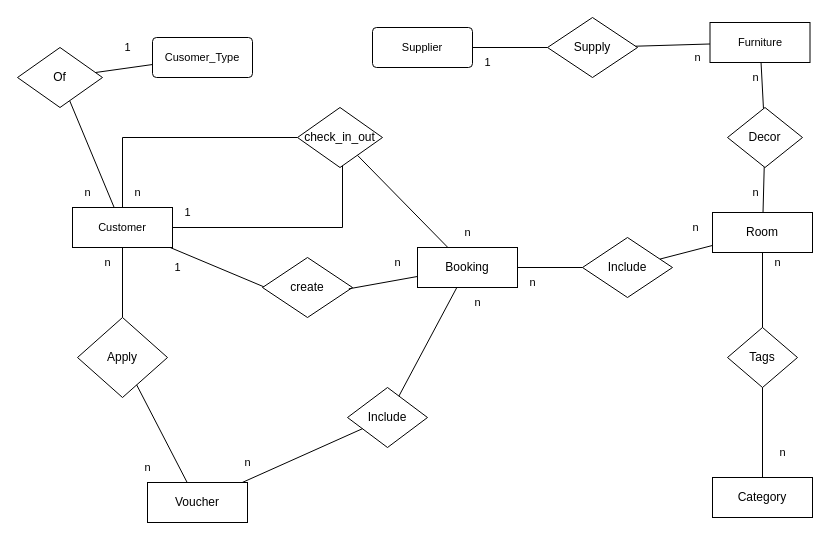
Above: page "main" (1 of 3) of hotelerd.drawio in ddtd146/hotel-management-system- (draw.io), before the change. Source tidied: cells renumbered, new cells numbered last; positions are measured from the earlier drawing's top-left corner, leaving out a move shared by most shapes. Both pictures are drawn from the tidied source at 100%, with x=0, y=0 at pixel (17, 17).
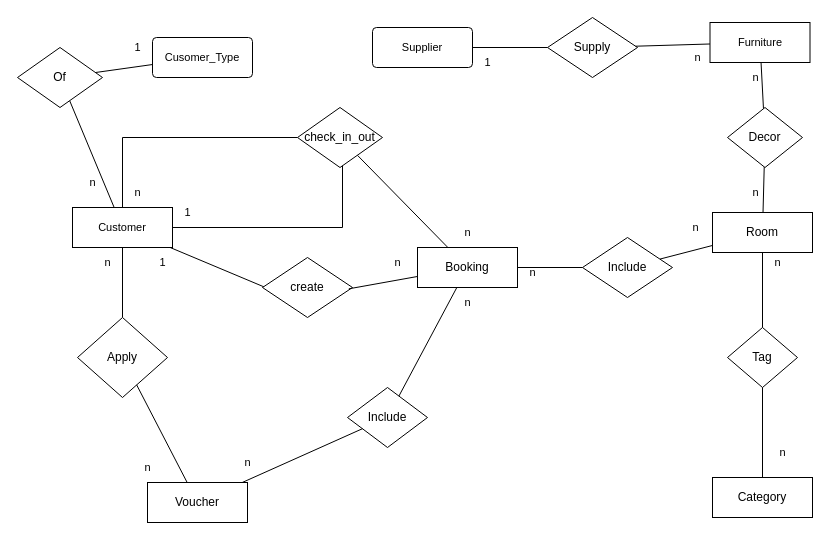
After the change.

The edit, as a diff of the source:
```diff
@@
-    <mxCell id="3" value="Tags" style="shape=rhombus;perimeter=rhombusPerimeter;whiteSpace=wrap;html=1;align=center;" parent="1" vertex="1">
+    <mxCell id="3" value="Tag" style="shape=rhombus;perimeter=rhombusPerimeter;whiteSpace=wrap;html=1;align=center;" parent="1" vertex="1">
       <mxGeometry x="710" y="310" width="70" height="60" as="geometry" />
     </mxCell>
@@
     <mxCell id="37" value="n" style="text;html=1;align=center;verticalAlign=middle;strokeColor=none;fillColor=none;fontSize=11;fontFamily=Helvetica;fontColor=default;" parent="1" vertex="1">
-      <mxGeometry x="500" y="250" width="30" height="30" as="geometry" />
+      <mxGeometry x="500" y="240" width="30" height="30" as="geometry" />
     </mxCell>
@@
     <mxCell id="49" value="1" style="text;html=1;align=center;verticalAlign=middle;strokeColor=none;fillColor=none;fontSize=11;fontFamily=Helvetica;fontColor=default;" parent="1" vertex="1">
-      <mxGeometry x="95" y="15" width="30" height="30" as="geometry" />
+      <mxGeometry x="105" y="15" width="30" height="30" as="geometry" />
     </mxCell>
     <mxCell id="50" value="n" style="text;html=1;align=center;verticalAlign=middle;strokeColor=none;fillColor=none;fontSize=11;fontFamily=Helvetica;fontColor=default;" parent="1" vertex="1">
-      <mxGeometry x="55" y="160" width="30" height="30" as="geometry" />
+      <mxGeometry x="60" y="150" width="30" height="30" as="geometry" />
     </mxCell>
@@
     <mxCell id="55" value="1" style="text;html=1;align=center;verticalAlign=middle;strokeColor=none;fillColor=none;fontSize=11;fontFamily=Helvetica;fontColor=default;" parent="1" vertex="1">
-      <mxGeometry x="145" y="235" width="30" height="30" as="geometry" />
+      <mxGeometry x="130" y="230" width="30" height="30" as="geometry" />
     </mxCell>
     <mxCell id="56" value="n" style="text;html=1;align=center;verticalAlign=middle;strokeColor=none;fillColor=none;fontSize=11;fontFamily=Helvetica;fontColor=default;" parent="1" vertex="1">
-      <mxGeometry x="445" y="270" width="30" height="30" as="geometry" />
+      <mxGeometry x="435" y="270" width="30" height="30" as="geometry" />
     </mxCell>
```
